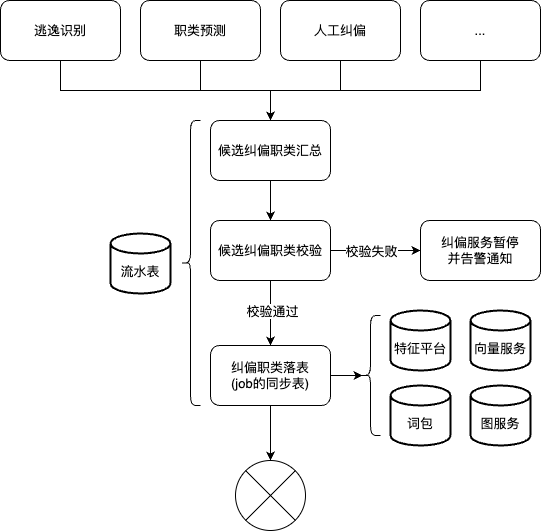
The draw.io diagram work-draw-file/职类纠偏.png in liujunao/draw-data, before a commit. Source tidied: cells renumbered, new cells last; positions are measured from the earlier drawing's top-left corner, leaving out a move shared by most shapes.
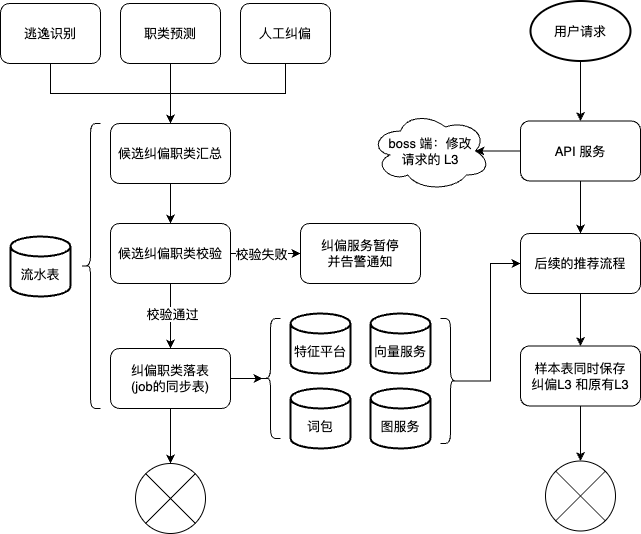
Later version of the same file.

Commit message:
更新职类纠偏.png

The edit, as a diff of the source:
```diff
@@ -22,7 +22,7 @@
     </mxCell>
     <mxCell id="8" value="校验失败" style="edgeLabel;html=1;align=center;verticalAlign=middle;" parent="7" vertex="1">
       <mxGeometry x="-0.47" relative="1" as="geometry">
-        <mxPoint x="16" as="offset" />
+        <mxPoint x="11" as="offset" />
       </mxGeometry>
     </mxCell>
     <mxCell id="9" value="候选纠偏职类校验" style="rounded=1;whiteSpace=wrap;html=1;" parent="1" vertex="1">
@@ -34,32 +34,26 @@
     <mxCell id="11" value="候选纠偏职类汇总" style="rounded=1;whiteSpace=wrap;html=1;" parent="1" vertex="1">
       <mxGeometry x="210" y="120" width="120" height="60" as="geometry" />
     </mxCell>
-    <mxCell id="12" style="edgeStyle=orthogonalEdgeStyle;rounded=0;jettySize=auto;html=1;exitX=0.5;exitY=1;exitDx=0;exitDy=0;" parent="1" edge="1" source="13" target="11">
-      <mxGeometry relative="1" as="geometry" />
-    </mxCell>
-    <mxCell id="13" value="..." style="rounded=1;whiteSpace=wrap;html=1;" parent="1" vertex="1">
-      <mxGeometry x="420" width="120" height="60" as="geometry" />
-    </mxCell>
     <mxCell id="14" style="edgeStyle=orthogonalEdgeStyle;rounded=0;jettySize=auto;html=1;exitX=0.5;exitY=1;exitDx=0;exitDy=0;entryX=0.5;entryY=0;entryDx=0;entryDy=0;" parent="1" edge="1" source="15" target="11">
       <mxGeometry relative="1" as="geometry" />
     </mxCell>
     <mxCell id="15" value="人工纠偏" style="rounded=1;whiteSpace=wrap;html=1;" parent="1" vertex="1">
-      <mxGeometry x="280" width="120" height="60" as="geometry" />
+      <mxGeometry x="340" width="90" height="60" as="geometry" />
     </mxCell>
     <mxCell id="16" style="edgeStyle=orthogonalEdgeStyle;rounded=0;jettySize=auto;html=1;exitX=0.5;exitY=1;exitDx=0;exitDy=0;entryX=0.5;entryY=0;entryDx=0;entryDy=0;" parent="1" edge="1" source="17" target="11">
       <mxGeometry relative="1" as="geometry" />
     </mxCell>
     <mxCell id="17" value="职类预测" style="rounded=1;whiteSpace=wrap;html=1;" parent="1" vertex="1">
-      <mxGeometry x="140" width="120" height="60" as="geometry" />
+      <mxGeometry x="220" width="100" height="60" as="geometry" />
     </mxCell>
     <mxCell id="18" style="edgeStyle=orthogonalEdgeStyle;rounded=0;jettySize=auto;html=1;exitX=0.5;exitY=1;exitDx=0;exitDy=0;" parent="1" edge="1" source="19" target="11">
       <mxGeometry relative="1" as="geometry" />
     </mxCell>
     <mxCell id="19" value="逃逸识别" style="rounded=1;whiteSpace=wrap;html=1;" parent="1" vertex="1">
-      <mxGeometry width="120" height="60" as="geometry" />
+      <mxGeometry x="100" width="100" height="60" as="geometry" />
     </mxCell>
     <mxCell id="20" value="纠偏服务暂停&lt;br&gt;并告警通知" style="rounded=1;whiteSpace=wrap;html=1;" parent="1" vertex="1">
-      <mxGeometry x="420" y="220" width="120" height="60" as="geometry" />
+      <mxGeometry x="400" y="220" width="120" height="60" as="geometry" />
     </mxCell>
     <mxCell id="21" value="&lt;br&gt;特征平台" style="strokeWidth=2;html=1;shape=mxgraph.flowchart.database;whiteSpace=wrap;" parent="1" vertex="1">
       <mxGeometry x="390" y="310" width="60" height="60" as="geometry" />
@@ -85,5 +79,44 @@
     <mxCell id="28" style="verticalLabelPosition=bottom;verticalAlign=top;html=1;shape=mxgraph.flowchart.or;" parent="1" vertex="1">
       <mxGeometry x="235" y="460" width="70" height="70" as="geometry" />
     </mxCell>
+    <mxCell id="29" style="edgeStyle=orthogonalEdgeStyle;rounded=0;jettySize=auto;html=1;exitX=0.5;exitY=1;exitDx=0;exitDy=0;exitPerimeter=0;entryX=0.5;entryY=0;entryDx=0;entryDy=0;" parent="1" edge="1" source="30" target="33">
+      <mxGeometry relative="1" as="geometry" />
+    </mxCell>
+    <mxCell id="30" value="用户请求" style="strokeWidth=2;html=1;shape=mxgraph.flowchart.start_1;whiteSpace=wrap;" parent="1" vertex="1">
+      <mxGeometry x="630" y="-2.5" width="100" height="60" as="geometry" />
+    </mxCell>
+    <mxCell id="31" style="edgeStyle=orthogonalEdgeStyle;rounded=0;jettySize=auto;html=1;exitX=0.5;exitY=1;exitDx=0;exitDy=0;" parent="1" edge="1" source="33" target="35">
+      <mxGeometry relative="1" as="geometry" />
+    </mxCell>
+    <mxCell id="32" style="edgeStyle=orthogonalEdgeStyle;rounded=0;jettySize=auto;html=1;exitX=0;exitY=0.5;exitDx=0;exitDy=0;entryX=0.875;entryY=0.5;entryDx=0;entryDy=0;entryPerimeter=0;" parent="1" edge="1" source="33" target="41">
+      <mxGeometry relative="1" as="geometry" />
+    </mxCell>
+    <mxCell id="33" value="API 服务" style="rounded=1;whiteSpace=wrap;html=1;" parent="1" vertex="1">
+      <mxGeometry x="620" y="117.5" width="120" height="60" as="geometry" />
+    </mxCell>
+    <mxCell id="34" style="edgeStyle=orthogonalEdgeStyle;rounded=0;jettySize=auto;html=1;exitX=0.5;exitY=1;exitDx=0;exitDy=0;" parent="1" edge="1" source="35" target="38">
+      <mxGeometry relative="1" as="geometry" />
+    </mxCell>
+    <mxCell id="35" value="后续的推荐流程" style="rounded=1;whiteSpace=wrap;html=1;" parent="1" vertex="1">
+      <mxGeometry x="620" y="230" width="120" height="60" as="geometry" />
+    </mxCell>
+    <mxCell id="36" style="verticalLabelPosition=bottom;verticalAlign=top;html=1;shape=mxgraph.flowchart.or;" parent="1" vertex="1">
+      <mxGeometry x="645" y="457.5" width="70" height="70" as="geometry" />
+    </mxCell>
+    <mxCell id="37" style="edgeStyle=orthogonalEdgeStyle;rounded=0;jettySize=auto;html=1;exitX=0.5;exitY=1;exitDx=0;exitDy=0;entryX=0.5;entryY=0;entryDx=0;entryDy=0;entryPerimeter=0;" parent="1" edge="1" source="38" target="36">
+      <mxGeometry relative="1" as="geometry" />
+    </mxCell>
+    <mxCell id="38" value="样本表同时保存&lt;br&gt;纠偏L3 和原有L3" style="rounded=1;whiteSpace=wrap;html=1;" parent="1" vertex="1">
+      <mxGeometry x="620" y="342.5" width="120" height="60" as="geometry" />
+    </mxCell>
+    <mxCell id="39" style="edgeStyle=orthogonalEdgeStyle;rounded=0;jettySize=auto;html=1;exitX=0.1;exitY=0.5;exitDx=0;exitDy=0;exitPerimeter=0;entryX=0;entryY=0.5;entryDx=0;entryDy=0;" parent="1" edge="1" source="40" target="35">
+      <mxGeometry relative="1" as="geometry" />
+    </mxCell>
+    <mxCell id="40" style="shape=curlyBracket;whiteSpace=wrap;html=1;rounded=1;flipH=1;labelPosition=right;verticalLabelPosition=middle;align=left;verticalAlign=middle;size=0.5;" parent="1" vertex="1">
+      <mxGeometry x="540" y="315" width="20" height="125" as="geometry" />
+    </mxCell>
+    <mxCell id="41" value="boss 端：修改&lt;br&gt;请求的 L3" style="ellipse;shape=cloud;whiteSpace=wrap;html=1;" parent="1" vertex="1">
+      <mxGeometry x="470" y="107.5" width="120" height="80" as="geometry" />
+    </mxCell>
   </root>
 </mxGraphModel>
```
